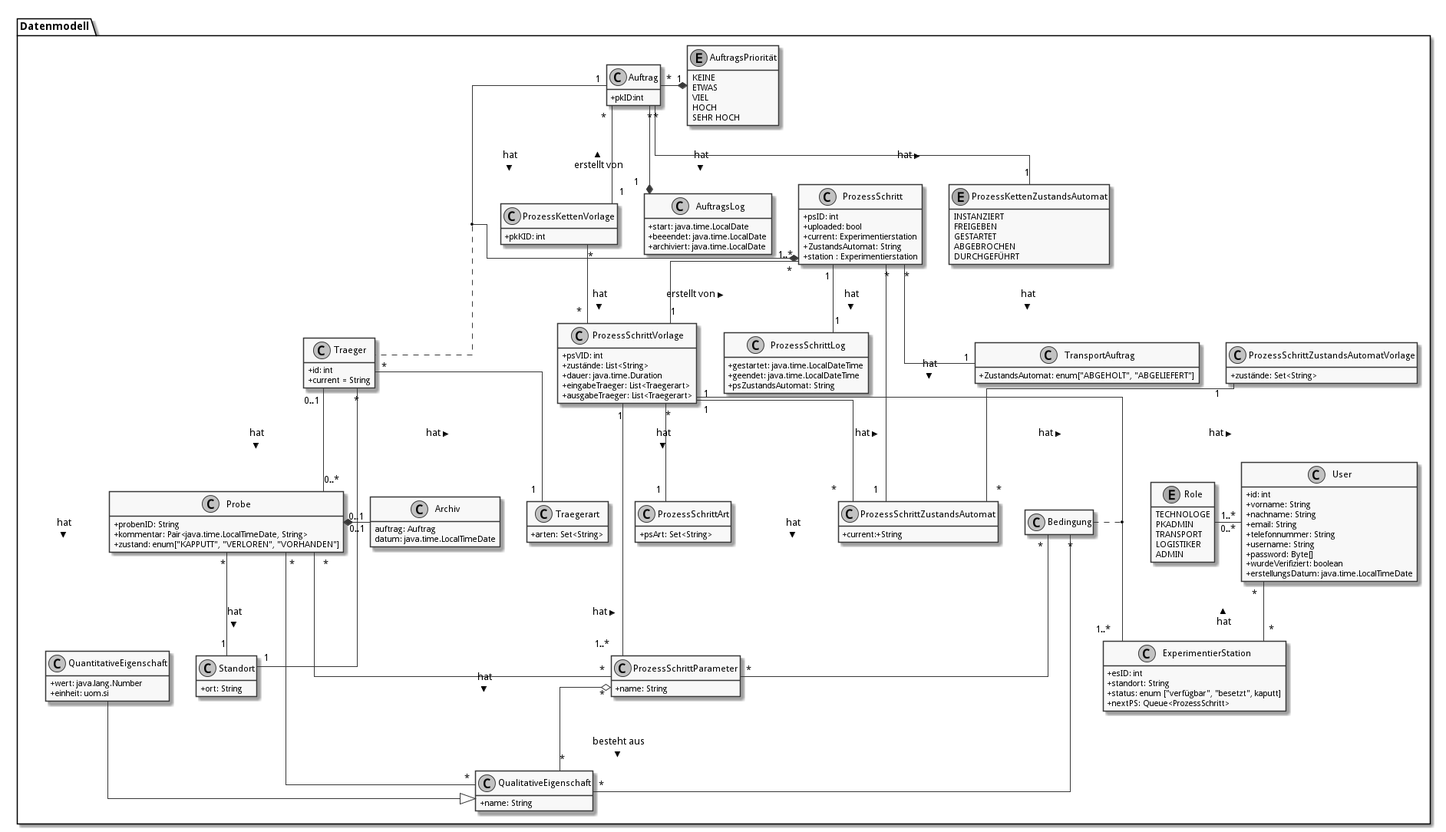
Earlier version of the PlantUML export doc/UML/datenModel.png (fkehlenb/softwareprojekt-2).
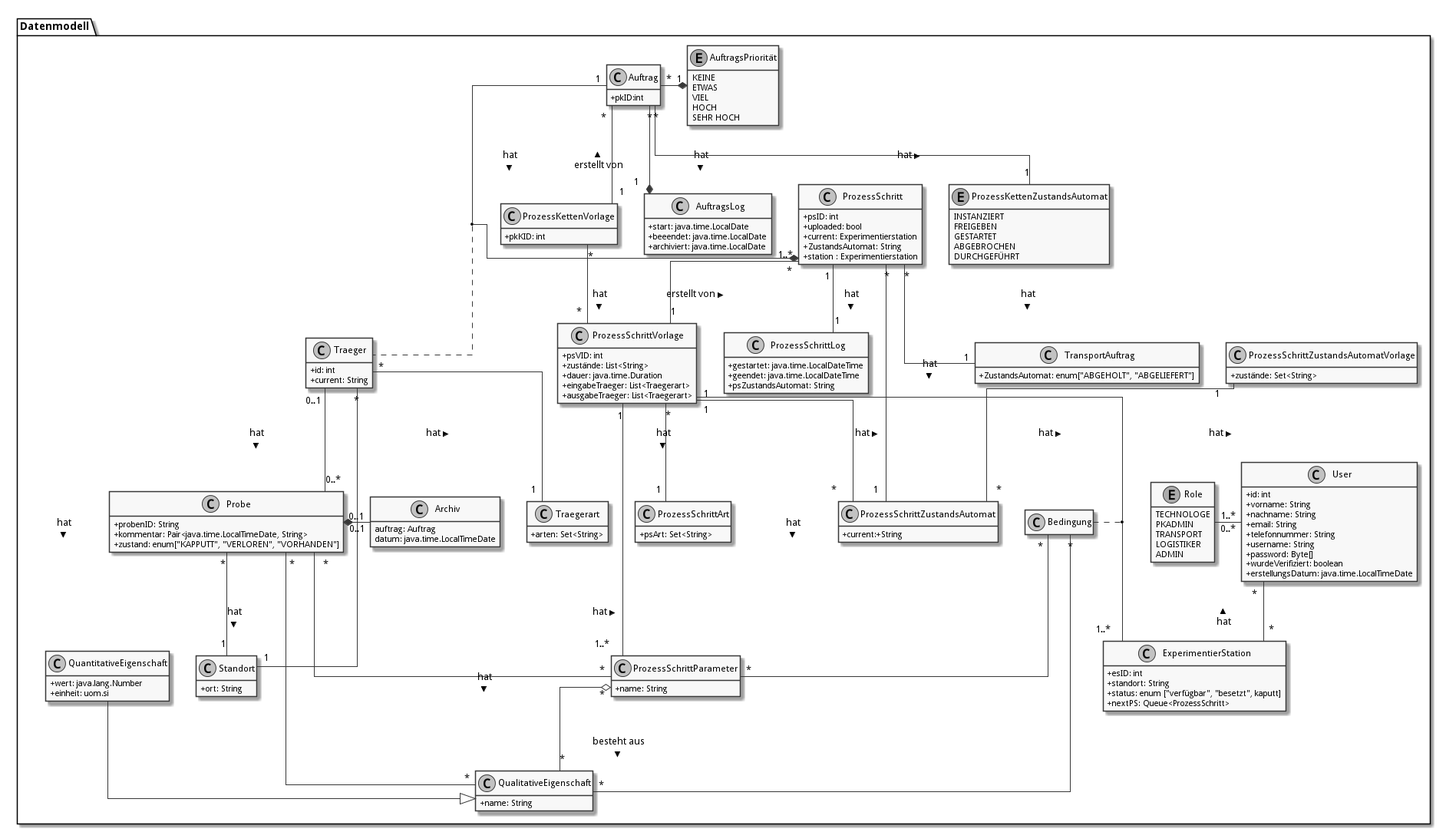
Later version of the same file.

What changed in the source:
```diff
@@ -41,7 +41,7 @@
 
 class Traeger {
   +id: int
-  +current = String
+  +current: String
 }
 
 class Traegerart {
```
